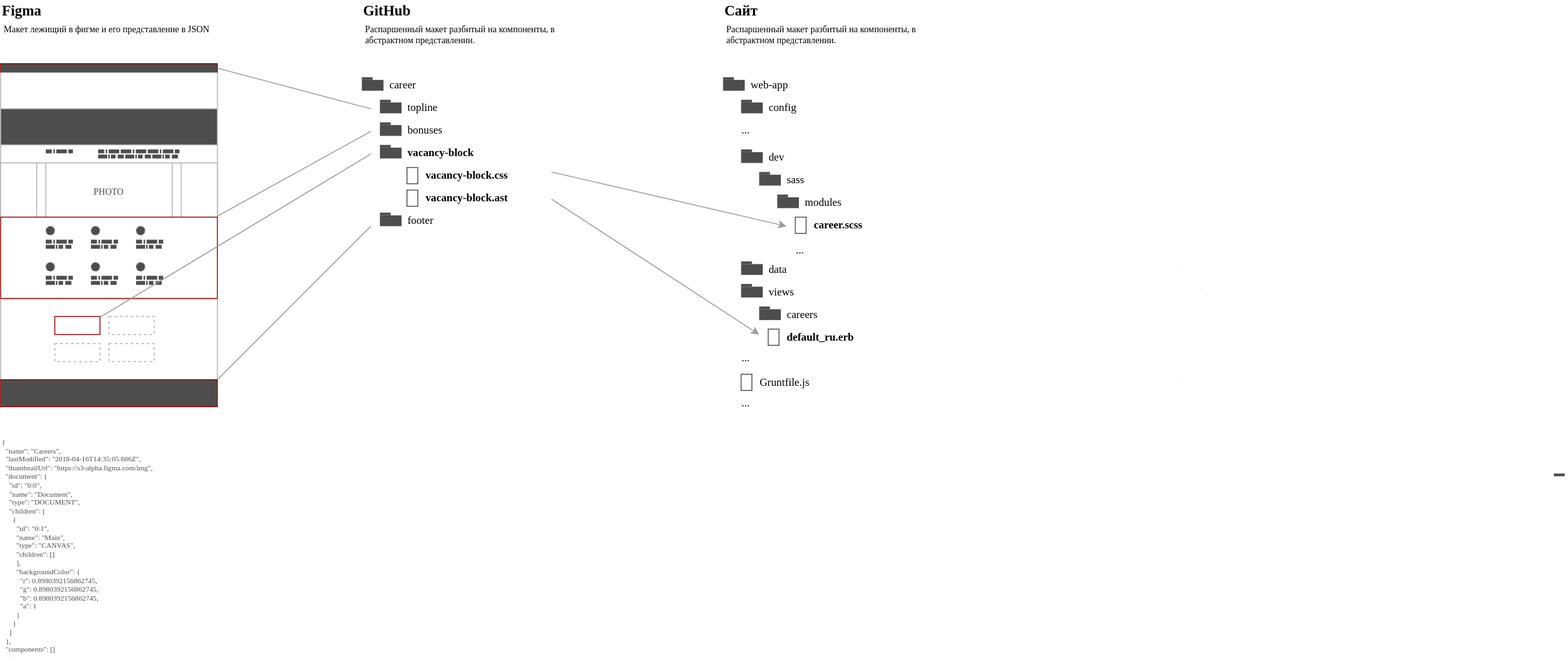
Above: ambitious-figma.svg in ajile/draw-io (draw.io), before the change. Source tidied: cells renumbered, new cells last; positions are measured from the earlier drawing's top-left corner, leaving out a move shared by most shapes.
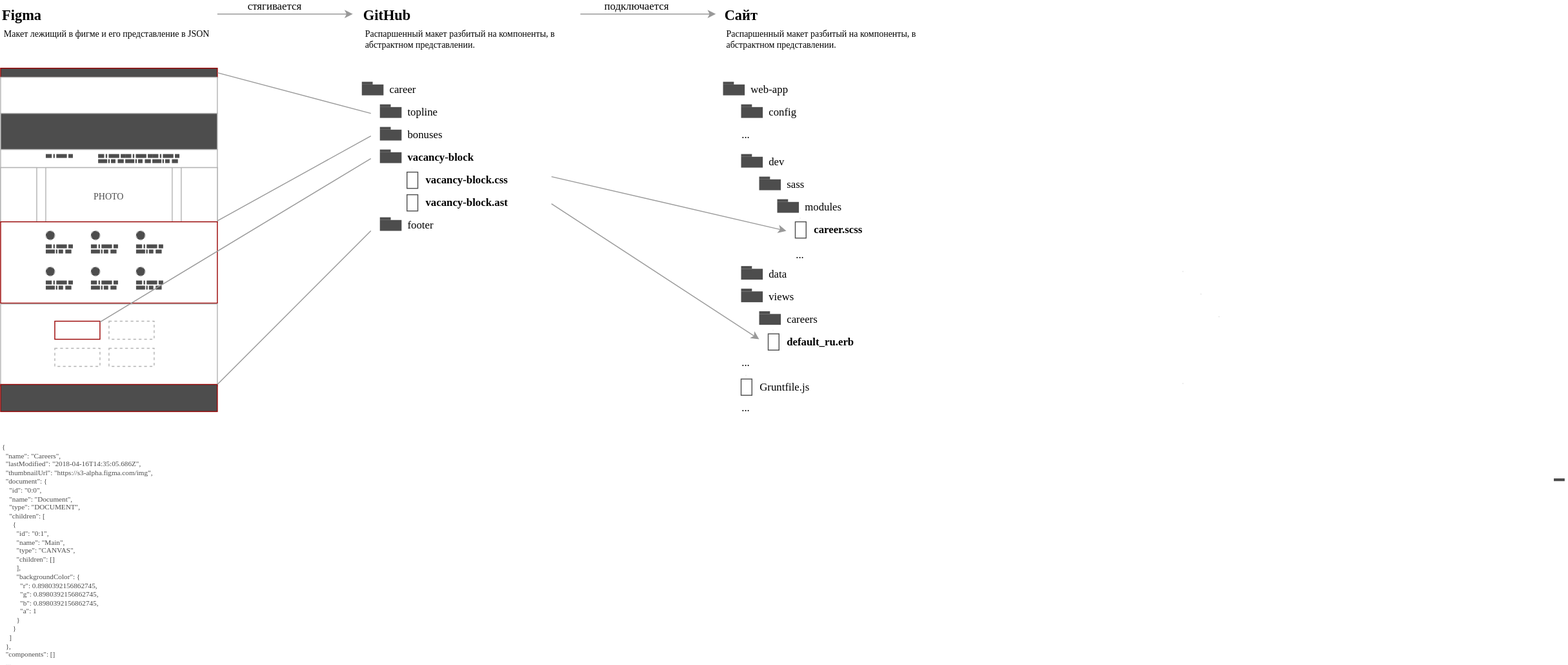
Later version of the same file.

What changed in the source:
```diff
@@ -840,5 +840,26 @@
         <mxPoint x="870" y="250" as="targetPoint" />
       </mxGeometry>
     </mxCell>
+    <mxCell id="268" style="endArrow=classic;html=1;labelBackgroundColor=none;strokeColor=#999999;strokeWidth=1;fontFamily=Verdana;fontSize=24;fontColor=#000000;exitX=1;exitY=0.5;" parent="98" edge="1" source="143">
+      <mxGeometry relative="1" as="geometry">
+        <mxPoint x="390" y="10" as="targetPoint" />
+      </mxGeometry>
+    </mxCell>
+    <mxCell id="269" value="стягивается" style="text;html=1;align=center;verticalAlign=middle;labelBackgroundColor=#ffffff;fontSize=12;fontFamily=Verdana;fontColor=#000000;" parent="268" vertex="1">
+      <mxGeometry x="-0.08" y="1" relative="1" as="geometry">
+        <mxPoint x="1" y="-9" as="offset" />
+      </mxGeometry>
+    </mxCell>
+    <mxCell id="270" style="endArrow=classic;html=1;labelBackgroundColor=none;strokeColor=#999999;strokeWidth=1;fontFamily=Verdana;fontSize=24;fontColor=#000000;exitX=1;exitY=0.5;" parent="98" edge="1">
+      <mxGeometry relative="1" as="geometry">
+        <mxPoint x="642" y="10" as="sourcePoint" />
+        <mxPoint x="792" y="10" as="targetPoint" />
+      </mxGeometry>
+    </mxCell>
+    <mxCell id="271" value="подключается" style="text;html=1;align=center;verticalAlign=middle;labelBackgroundColor=#ffffff;fontSize=12;fontFamily=Verdana;fontColor=#000000;" parent="270" vertex="1">
+      <mxGeometry x="-0.08" y="1" relative="1" as="geometry">
+        <mxPoint x="1" y="-9" as="offset" />
+      </mxGeometry>
+    </mxCell>
   </root>
 </mxGraphModel>
```
